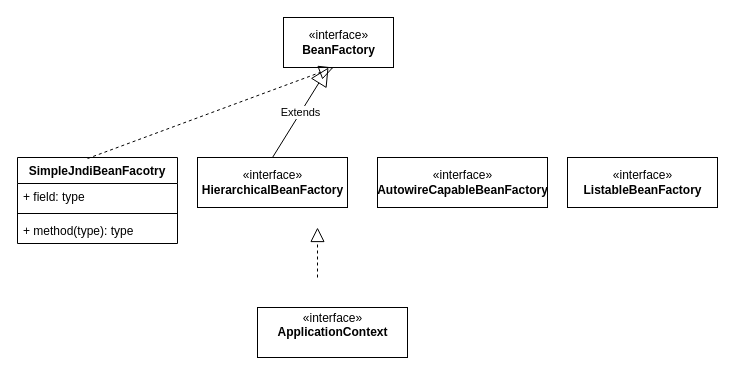
This is uml/BeanFactory.drawio from Aiksyuan/draw.io, a draw.io file, before an edit. Source tidied: cells renumbered, new cells numbered last; positions are measured from the earlier drawing's top-left corner, leaving out a move shared by most shapes. Both pictures are drawn from the tidied source at 100%, with x=0, y=0 at pixel (17, 17).
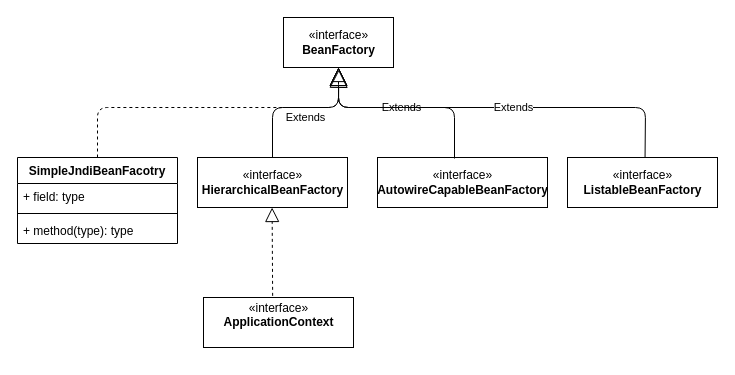
The same diagram, later.

Unchanged cells that the change refers to:
```xml
<mxCell id="3" value="«interface»&lt;br&gt;&lt;b&gt;BeanFactory&lt;br&gt;&lt;/b&gt;" style="html=1;" parent="1" vertex="1">
  <mxGeometry x="266" width="110" height="50" as="geometry" />
</mxCell>
<mxCell id="4" value="«interface»&lt;br&gt;&lt;b&gt;HierarchicalBeanFactory&lt;br&gt;&lt;/b&gt;" style="html=1;" parent="1" vertex="1">
  <mxGeometry x="180" y="140" width="150" height="50" as="geometry" />
</mxCell>
<mxCell id="5" value="«interface»&lt;br&gt;&lt;b&gt;AutowireCapableBeanFactory&lt;br&gt;&lt;/b&gt;" style="html=1;" parent="1" vertex="1">
  <mxGeometry x="360" y="140" width="170" height="50" as="geometry" />
</mxCell>
<mxCell id="6" value="«interface»&lt;br&gt;&lt;b&gt;ListableBeanFactory&lt;br&gt;&lt;/b&gt;" style="html=1;" parent="1" vertex="1">
  <mxGeometry x="550" y="140" width="150" height="50" as="geometry" />
</mxCell>
<mxCell id="8" value="SimpleJndiBeanFacotry" style="swimlane;fontStyle=1;align=center;verticalAlign=top;horizontal=1;startSize=26;" parent="1" vertex="1">
  <mxGeometry y="140" width="160" height="86" as="geometry" />
</mxCell>
```

Diff of the diagram source:
```diff
@@
-    <mxCell id="2" style="endArrow=block;dashed=1;endFill=0;endSize=12;html=1;" parent="1" edge="1">
+    <mxCell id="2" style="endArrow=block;dashed=1;endFill=0;endSize=12;html=1;exitX=0.461;exitY=-0.033;exitDx=0;exitDy=0;exitPerimeter=0;" parent="1" edge="1" source="7">
       <mxGeometry relative="1" as="geometry">
-        <mxPoint x="300" y="260" as="sourcePoint" />
-        <mxPoint x="300" y="210" as="targetPoint" />
+        <mxPoint x="254.6" y="190" as="targetPoint" />
       </mxGeometry>
     </mxCell>
@@
     <mxCell id="7" value="«interface»&lt;br&gt;&lt;b&gt;ApplicationContext&lt;br&gt;&lt;br&gt;&lt;/b&gt;" style="html=1;" parent="1" vertex="1">
-      <mxGeometry x="240" y="290" width="150" height="50" as="geometry" />
+      <mxGeometry x="186" y="280" width="150" height="50" as="geometry" />
     </mxCell>
@@
+    <mxCell id="14" style="endArrow=block;dashed=1;endFill=0;endSize=12;html=1;exitX=0.5;exitY=0;exitDx=0;exitDy=0;entryX=0.5;entryY=1;entryDx=0;entryDy=0;" parent="1" edge="1" source="8" target="3">
+      <mxGeometry relative="1" as="geometry">
+        <Array as="points">
+          <mxPoint x="80" y="90" />
+          <mxPoint x="321" y="90" />
+        </Array>
+      </mxGeometry>
+    </mxCell>
-    <mxCell id="12" value="Extends" style="endArrow=block;endSize=16;endFill=0;html=1;exitX=0.5;exitY=0;exitDx=0;exitDy=0;entryX=0.409;entryY=1;entryDx=0;entryDy=0;entryPerimeter=0;" parent="1" edge="1" source="4" target="3">
-      <mxGeometry relative="1" as="geometry" />
+    <mxCell id="12" value="Extends" style="endArrow=block;endSize=16;endFill=0;html=1;exitX=0.5;exitY=0;exitDx=0;exitDy=0;entryX=0.5;entryY=1;entryDx=0;entryDy=0;" parent="1" edge="1" source="4" target="3">
+      <mxGeometry x="0.07" y="-10" relative="1" as="geometry">
+        <Array as="points">
+          <mxPoint x="255" y="90" />
+          <mxPoint x="321" y="90" />
+        </Array>
+      </mxGeometry>
     </mxCell>
-    <mxCell id="13" style="endArrow=block;dashed=1;endFill=0;endSize=12;html=1;exitX=0.438;exitY=0.012;exitDx=0;exitDy=0;exitPerimeter=0;" parent="1" edge="1" source="8">
-      <mxGeometry relative="1" as="geometry">
-        <mxPoint x="316" y="50" as="targetPoint" />
-      </mxGeometry>
-    </mxCell>
+    <mxCell id="15" value="Extends" style="endArrow=block;endSize=16;endFill=0;html=1;exitX=0.453;exitY=0.02;exitDx=0;exitDy=0;exitPerimeter=0;entryX=0.5;entryY=1;entryDx=0;entryDy=0;" parent="1" edge="1" source="5" target="3">
+      <mxGeometry relative="1" as="geometry">
+        <Array as="points">
+          <mxPoint x="437" y="90" />
+          <mxPoint x="321" y="90" />
+        </Array>
+      </mxGeometry>
+    </mxCell>
+    <mxCell id="16" value="Extends" style="endArrow=block;endSize=16;endFill=0;html=1;entryX=0.503;entryY=1.037;entryDx=0;entryDy=0;entryPerimeter=0;exitX=0.517;exitY=-0.005;exitDx=0;exitDy=0;exitPerimeter=0;" parent="1" edge="1" source="6" target="3">
+      <mxGeometry x="-0.08" relative="1" as="geometry">
+        <Array as="points">
+          <mxPoint x="628" y="90" />
+          <mxPoint x="321" y="90" />
+        </Array>
+      </mxGeometry>
+    </mxCell>
```
